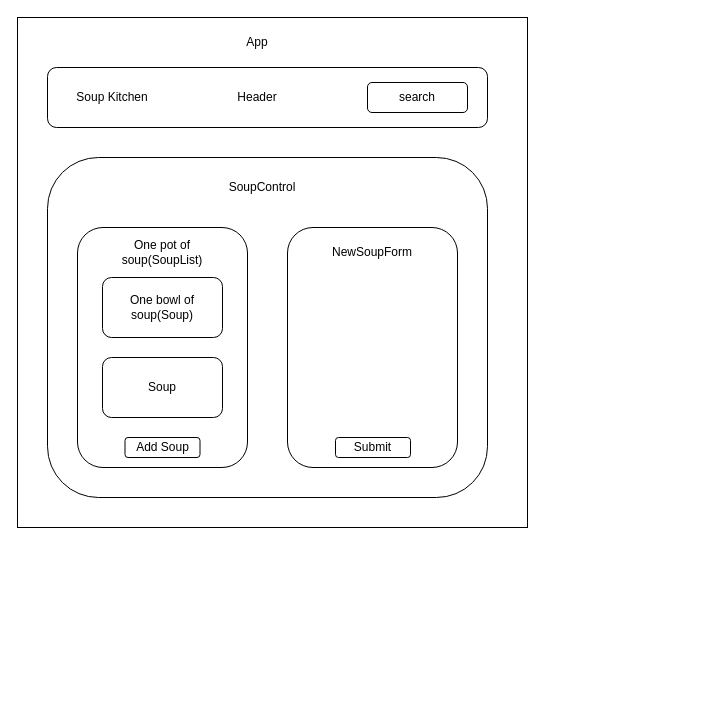
This is app.drawio from weijwang18/Inventory-Tracker, a draw.io file, before an edit. Source tidied: cells renumbered, new cells numbered last; positions are measured from the earlier drawing's top-left corner, leaving out a move shared by most shapes. Both pictures are drawn from the tidied source at 100%, with x=0, y=0 at pixel (17, 17).
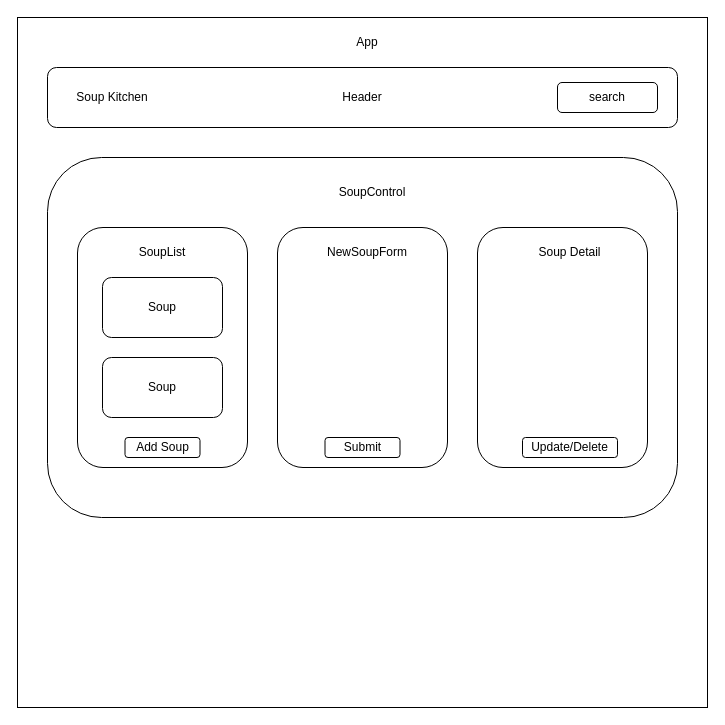
After the change.

Change to the diagram source:
```diff
@@
     <mxCell id="2" style="whiteSpace=wrap;html=1;" parent="1" vertex="1">
-      <mxGeometry width="510" height="510" as="geometry" />
+      <mxGeometry width="690" height="690" as="geometry" />
     </mxCell>
     <mxCell id="3" style="rounded=1;whiteSpace=wrap;html=1;" parent="1" vertex="1">
-      <mxGeometry x="30" y="50" width="440" height="60" as="geometry" />
+      <mxGeometry x="30" y="50" width="630" height="60" as="geometry" />
     </mxCell>
     <mxCell id="4" style="rounded=1;whiteSpace=wrap;html=1;" parent="1" vertex="1">
-      <mxGeometry x="30" y="140" width="440" height="340" as="geometry" />
+      <mxGeometry x="30" y="140" width="630" height="360" as="geometry" />
     </mxCell>
     <mxCell id="5" value="Header" style="text;html=1;strokeColor=none;fillColor=none;align=center;verticalAlign=middle;whiteSpace=wrap;rounded=0;" parent="1" vertex="1">
-      <mxGeometry x="210" y="60" width="60" height="40" as="geometry" />
+      <mxGeometry x="315" y="60" width="60" height="40" as="geometry" />
     </mxCell>
     <mxCell id="6" value="App" style="text;html=1;strokeColor=none;fillColor=none;align=center;verticalAlign=middle;whiteSpace=wrap;rounded=0;" parent="1" vertex="1">
-      <mxGeometry x="210" y="10" width="60" height="30" as="geometry" />
+      <mxGeometry x="320" y="10" width="60" height="30" as="geometry" />
     </mxCell>
     <mxCell id="7" value="search" style="rounded=1;whiteSpace=wrap;html=1;" parent="1" vertex="1">
-      <mxGeometry x="350" y="65" width="100" height="30" as="geometry" />
+      <mxGeometry x="540" y="65" width="100" height="30" as="geometry" />
     </mxCell>
@@
     <mxCell id="9" value="SoupControl" style="text;html=1;strokeColor=none;fillColor=none;align=center;verticalAlign=middle;whiteSpace=wrap;rounded=0;" parent="1" vertex="1">
-      <mxGeometry x="180" y="150" width="130" height="40" as="geometry" />
+      <mxGeometry x="280" y="150" width="150" height="50" as="geometry" />
     </mxCell>
@@
-    <mxCell id="11" value="One bowl of soup(Soup)" style="rounded=1;whiteSpace=wrap;html=1;" parent="1" vertex="1">
+    <mxCell id="11" value="Soup" style="rounded=1;whiteSpace=wrap;html=1;" parent="1" vertex="1">
       <mxGeometry x="85" y="260" width="120" height="60" as="geometry" />
     </mxCell>
@@
     <mxCell id="14" style="rounded=1;whiteSpace=wrap;html=1;" parent="1" vertex="1">
-      <mxGeometry x="270" y="210" width="170" height="240" as="geometry" />
+      <mxGeometry x="260" y="210" width="170" height="240" as="geometry" />
     </mxCell>
     <mxCell id="15" value="NewSoupForm" style="text;html=1;strokeColor=none;fillColor=none;align=center;verticalAlign=middle;whiteSpace=wrap;rounded=0;" parent="1" vertex="1">
-      <mxGeometry x="315" y="215" width="80" height="40" as="geometry" />
+      <mxGeometry x="310" y="215" width="80" height="40" as="geometry" />
     </mxCell>
     <mxCell id="16" value="Submit" style="rounded=1;whiteSpace=wrap;html=1;" parent="1" vertex="1">
-      <mxGeometry x="318" y="420" width="75" height="20" as="geometry" />
+      <mxGeometry x="307.5" y="420" width="75" height="20" as="geometry" />
     </mxCell>
-    <mxCell id="17" value="One pot of soup(SoupList)" style="text;html=1;strokeColor=none;fillColor=none;align=center;verticalAlign=middle;whiteSpace=wrap;rounded=0;" parent="1" vertex="1">
+    <mxCell id="17" value="SoupList" style="text;html=1;strokeColor=none;fillColor=none;align=center;verticalAlign=middle;whiteSpace=wrap;rounded=0;" parent="1" vertex="1">
       <mxGeometry x="84" y="220" width="122" height="30" as="geometry" />
     </mxCell>
+    <mxCell id="18" style="rounded=1;whiteSpace=wrap;html=1;" parent="1" vertex="1">
+      <mxGeometry x="460" y="210" width="170" height="240" as="geometry" />
+    </mxCell>
+    <mxCell id="19" value="Soup Detail" style="text;html=1;strokeColor=none;fillColor=none;align=center;verticalAlign=middle;whiteSpace=wrap;rounded=0;" parent="1" vertex="1">
+      <mxGeometry x="515" y="220" width="75" height="30" as="geometry" />
+    </mxCell>
+    <mxCell id="20" value="Update/Delete" style="rounded=1;whiteSpace=wrap;html=1;" parent="1" vertex="1">
+      <mxGeometry x="505" y="420" width="95" height="20" as="geometry" />
+    </mxCell>
```
